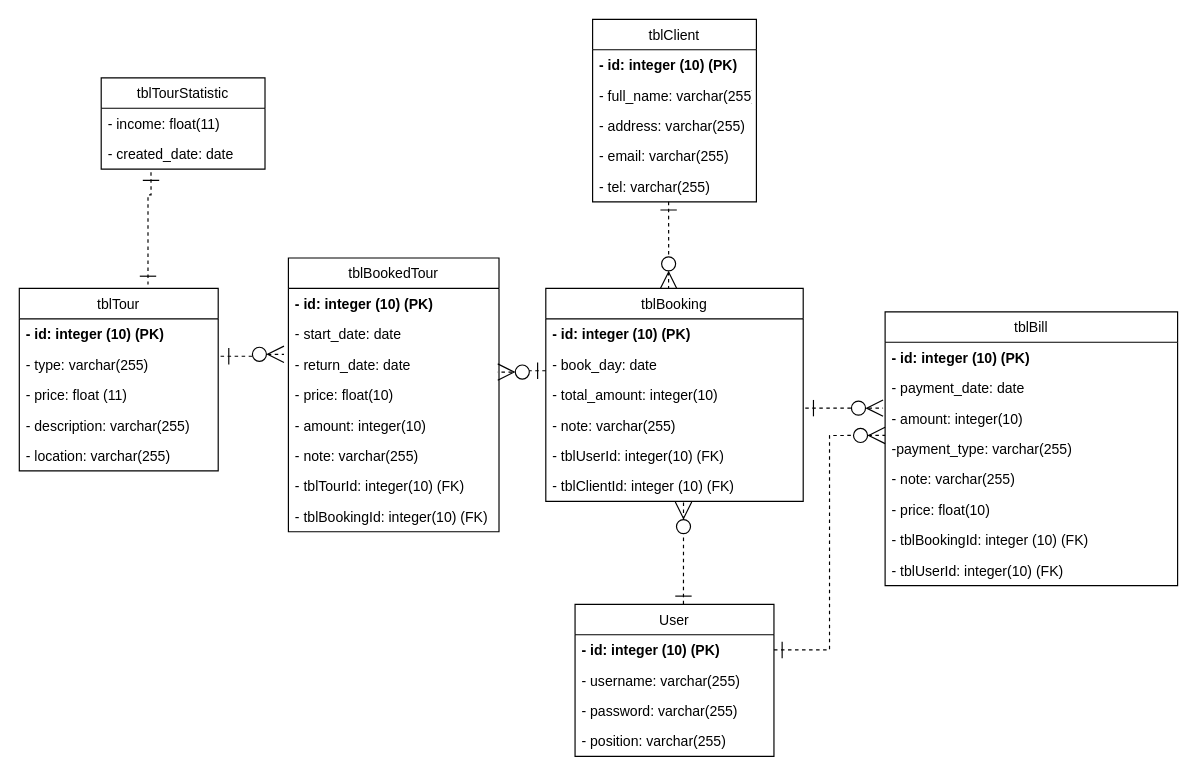
This is database.drawio from thanhlongtld/classical_software_engineering, a draw.io file, before an edit. Source tidied: cells renumbered, new cells numbered last; positions are measured from the earlier drawing's top-left corner, leaving out a move shared by most shapes. Both pictures are drawn from the tidied source at 117%, with x=0, y=0 at pixel (19, 19).
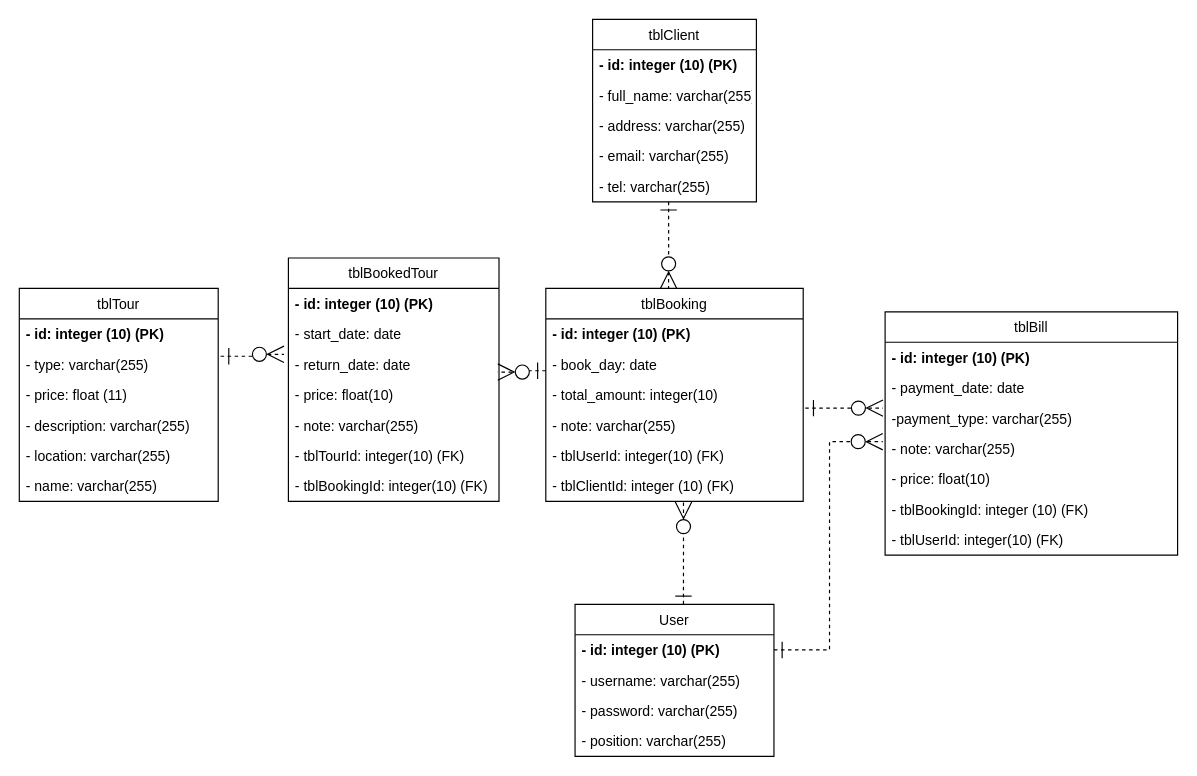
After the change.

The change refers to these unchanged cells:
```xml
<mxCell id="29" value="- total_amount: integer(10)" style="text;strokeColor=none;fillColor=none;align=left;verticalAlign=top;spacingLeft=4;spacingRight=4;overflow=hidden;points=[[0,0.5],[1,0.5]];portConstraint=eastwest;" parent="26" vertex="1">
  <mxGeometry y="78" width="220" height="26" as="geometry" />
</mxCell>
<mxCell id="43" value="- id: integer (10) (PK)" style="text;strokeColor=none;fillColor=none;align=left;verticalAlign=top;spacingLeft=4;spacingRight=4;overflow=hidden;points=[[0,0.5],[1,0.5]];portConstraint=eastwest;fontStyle=1;" parent="42" vertex="1">
  <mxGeometry y="26" width="170" height="26" as="geometry" />
</mxCell>
```

Diff of the diagram source:
```diff
@@
     <mxCell id="8" value="tblTour" style="swimlane;fontStyle=0;horizontal=1;startSize=26;fillColor=none;" parent="1" vertex="1">
-      <mxGeometry y="230" width="170" height="156" as="geometry" />
+      <mxGeometry y="230" width="170" height="182" as="geometry" />
     </mxCell>
@@
-    <mxCell id="14" value="tblTourStatistic" style="swimlane;fontStyle=0;horizontal=1;startSize=26;fillColor=none;" parent="1" vertex="1">
-      <mxGeometry x="70" y="50" width="140" height="78" as="geometry" />
-    </mxCell>
-    <mxCell id="15" value="- income: float(11)" style="text;strokeColor=none;fillColor=none;align=left;verticalAlign=top;spacingLeft=4;spacingRight=4;overflow=hidden;" parent="14" vertex="1">
-      <mxGeometry y="26" width="140" height="26" as="geometry" />
-    </mxCell>
-    <mxCell id="16" value="- created_date: date" style="text;strokeColor=none;fillColor=none;align=left;verticalAlign=top;spacingLeft=4;spacingRight=4;overflow=hidden;points=[[0,0.5],[1,0.5]];portConstraint=eastwest;" parent="14" vertex="1">
-      <mxGeometry y="52" width="140" height="26" as="geometry" />
-    </mxCell>
+    <mxCell id="54" value="- name: varchar(255)" style="text;strokeColor=none;fillColor=none;align=left;verticalAlign=top;spacingLeft=4;spacingRight=4;overflow=hidden;" parent="8" vertex="1">
+      <mxGeometry y="156" width="170" height="26" as="geometry" />
+    </mxCell>
     <mxCell id="17" value="tblBookedTour" style="swimlane;fontStyle=0;horizontal=1;startSize=26;fillColor=none;" parent="1" vertex="1">
-      <mxGeometry x="230" y="204" width="180" height="234" as="geometry" />
+      <mxGeometry x="230" y="204" width="180" height="208" as="geometry" />
     </mxCell>
@@
-    <mxCell id="22" value="- amount: integer(10)" style="text;strokeColor=none;fillColor=none;align=left;verticalAlign=top;spacingLeft=4;spacingRight=4;overflow=hidden;" parent="17" vertex="1">
-      <mxGeometry y="130" width="180" height="26" as="geometry" />
-    </mxCell>
     <mxCell id="23" value="- note: varchar(255)" style="text;strokeColor=none;fillColor=none;align=left;verticalAlign=top;spacingLeft=4;spacingRight=4;overflow=hidden;" parent="17" vertex="1">
-      <mxGeometry y="156" width="180" height="26" as="geometry" />
+      <mxGeometry y="130" width="180" height="26" as="geometry" />
     </mxCell>
     <mxCell id="24" value="- tblTourId: integer(10) (FK)" style="text;strokeColor=none;fillColor=none;align=left;verticalAlign=top;spacingLeft=4;spacingRight=4;overflow=hidden;" parent="17" vertex="1">
-      <mxGeometry y="182" width="180" height="26" as="geometry" />
+      <mxGeometry y="156" width="180" height="26" as="geometry" />
     </mxCell>
     <mxCell id="25" value="- tblBookingId: integer(10) (FK)" style="text;strokeColor=none;fillColor=none;align=left;verticalAlign=top;spacingLeft=4;spacingRight=4;overflow=hidden;" parent="17" vertex="1">
-      <mxGeometry y="208" width="180" height="26" as="geometry" />
+      <mxGeometry y="182" width="180" height="26" as="geometry" />
     </mxCell>
@@
     <mxCell id="33" value="tblBill" style="swimlane;fontStyle=0;horizontal=1;startSize=26;fillColor=none;" parent="1" vertex="1">
-      <mxGeometry x="740" y="250" width="250" height="234" as="geometry" />
+      <mxGeometry x="740" y="250" width="250" height="208" as="geometry" />
     </mxCell>
@@
-    <mxCell id="36" value="- amount: integer(10)" style="text;strokeColor=none;fillColor=none;align=left;verticalAlign=top;spacingLeft=4;spacingRight=4;overflow=hidden;points=[[0,0.5],[1,0.5]];portConstraint=eastwest;" parent="33" vertex="1">
-      <mxGeometry y="78" width="250" height="26" as="geometry" />
-    </mxCell>
     <mxCell id="37" value="-payment_type: varchar(255)" style="text;strokeColor=none;fillColor=none;align=left;verticalAlign=top;spacingLeft=4;spacingRight=4;overflow=hidden;points=[[0,0.5],[1,0.5]];portConstraint=eastwest;" parent="33" vertex="1">
-      <mxGeometry y="104" width="250" height="26" as="geometry" />
+      <mxGeometry y="78" width="250" height="26" as="geometry" />
     </mxCell>
     <mxCell id="38" value="- note: varchar(255)" style="text;strokeColor=none;fillColor=none;align=left;verticalAlign=top;spacingLeft=4;spacingRight=4;overflow=hidden;points=[[0,0.5],[1,0.5]];portConstraint=eastwest;" parent="33" vertex="1">
-      <mxGeometry y="130" width="250" height="26" as="geometry" />
+      <mxGeometry y="104" width="250" height="26" as="geometry" />
     </mxCell>
     <mxCell id="39" value="- price: float(10)" style="text;strokeColor=none;fillColor=none;align=left;verticalAlign=top;spacingLeft=4;spacingRight=4;overflow=hidden;" parent="33" vertex="1">
-      <mxGeometry y="156" width="250" height="26" as="geometry" />
+      <mxGeometry y="130" width="250" height="26" as="geometry" />
     </mxCell>
     <mxCell id="40" value="- tblBookingId: integer (10) (FK)" style="text;strokeColor=none;fillColor=none;align=left;verticalAlign=top;spacingLeft=4;spacingRight=4;overflow=hidden;" parent="33" vertex="1">
-      <mxGeometry y="182" width="250" height="26" as="geometry" />
+      <mxGeometry y="156" width="250" height="26" as="geometry" />
     </mxCell>
     <mxCell id="41" value="- tblUserId: integer(10) (FK)" style="text;strokeColor=none;fillColor=none;align=left;verticalAlign=top;spacingLeft=4;spacingRight=4;overflow=hidden;" parent="33" vertex="1">
-      <mxGeometry y="208" width="250" height="26" as="geometry" />
+      <mxGeometry y="182" width="250" height="26" as="geometry" />
     </mxCell>
@@
-    <mxCell id="47" style="endArrow=ERone;startArrow=ERone;html=1;rounded=0;edgeStyle=orthogonalEdgeStyle;dashed=1;startFill=0;endFill=0;strokeWidth=1;endSize=12;startSize=12;entryX=0.647;entryY=-0.022;entryDx=0;entryDy=0;entryPerimeter=0;exitX=0.304;exitY=1.103;exitDx=0;exitDy=0;exitPerimeter=0;" parent="1" edge="1" source="16" target="8">
-      <mxGeometry relative="1" as="geometry">
-        <Array as="points">
-          <mxPoint x="113" y="150" />
-          <mxPoint x="110" y="150" />
-        </Array>
-      </mxGeometry>
-    </mxCell>
@@
-    <mxCell id="52" style="endArrow=ERzeroToMany;startArrow=ERone;html=1;rounded=0;edgeStyle=orthogonalEdgeStyle;dashed=1;startSize=12;endSize=12;strokeWidth=1;startFill=0;endFill=1;entryX=-0.007;entryY=0.167;entryDx=0;entryDy=0;entryPerimeter=0;exitX=1.008;exitY=0.936;exitDx=0;exitDy=0;exitPerimeter=0;" parent="1" edge="1" source="29" target="36">
-      <mxGeometry relative="1" as="geometry" />
+    <mxCell id="52" style="endArrow=ERzeroToMany;startArrow=ERone;html=1;rounded=0;edgeStyle=orthogonalEdgeStyle;dashed=1;startSize=12;endSize=12;strokeWidth=1;startFill=0;endFill=1;entryX=-0.007;entryY=0.167;entryDx=0;entryDy=0;entryPerimeter=0;exitX=1.008;exitY=0.936;exitDx=0;exitDy=0;exitPerimeter=0;" parent="1" edge="1" source="29">
+      <mxGeometry relative="1" as="geometry">
+        <mxPoint x="738.2" y="332.3" as="targetPoint" />
+      </mxGeometry>
     </mxCell>
-    <mxCell id="53" style="endArrow=ERzeroToMany;startArrow=ERone;html=1;rounded=0;edgeStyle=orthogonalEdgeStyle;dashed=1;startSize=12;endSize=12;strokeWidth=1;startFill=0;endFill=1;exitX=1;exitY=0.5;exitDx=0;exitDy=0;entryX=0;entryY=0.064;entryDx=0;entryDy=0;entryPerimeter=0;" parent="1" edge="1" source="43" target="37">
+    <mxCell id="53" style="endArrow=ERzeroToMany;startArrow=ERone;html=1;rounded=0;edgeStyle=orthogonalEdgeStyle;dashed=1;startSize=12;endSize=12;strokeWidth=1;startFill=0;endFill=1;exitX=1;exitY=0.5;exitDx=0;exitDy=0;entryX=-0.008;entryY=0.269;entryDx=0;entryDy=0;entryPerimeter=0;" parent="1" edge="1" source="43" target="38">
       <mxGeometry relative="1" as="geometry" />
     </mxCell>
```
